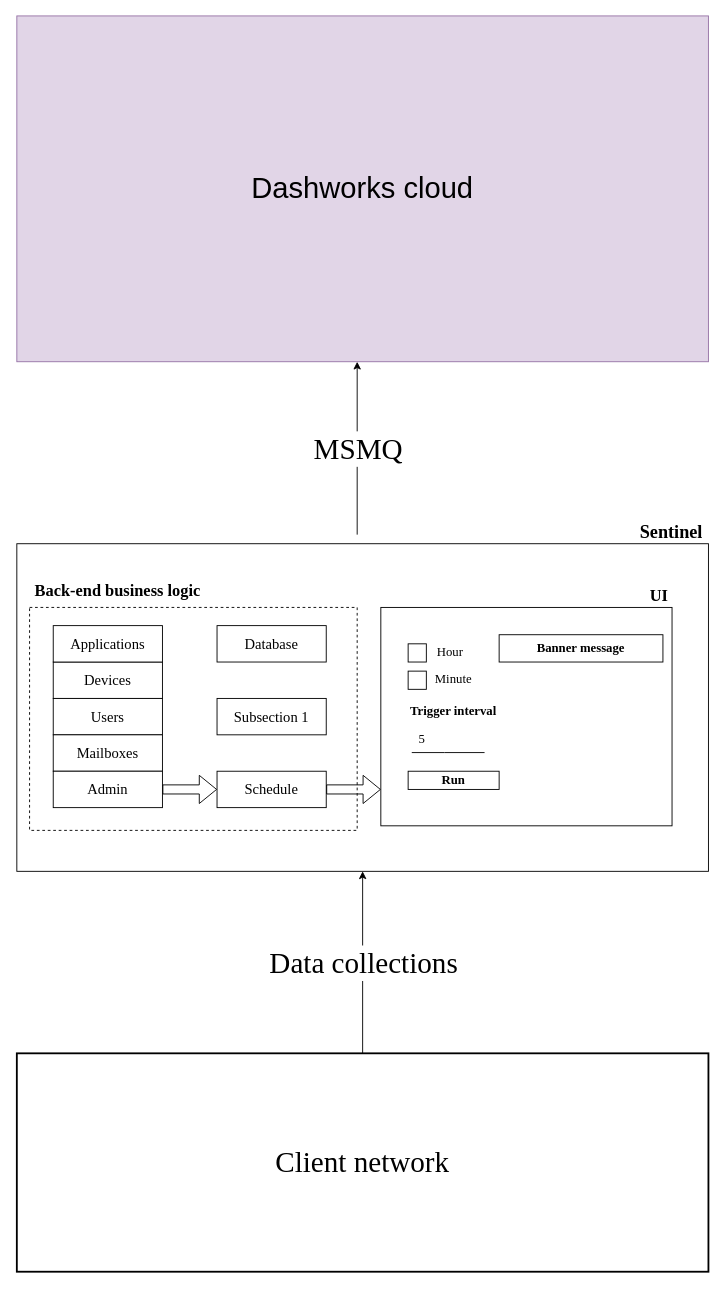
ValeryYuntsevich/ag-grid keeps this draw.io diagram as src/assets/Untitled Diagram.drawio. Above is the earlier version. Source tidied: cells renumbered, new cells numbered last; positions are measured from the earlier drawing's top-left corner, leaving out a move shared by most shapes. Both pictures are drawn from the tidied source at 91%, with x=0, y=0 at pixel (16, 15).
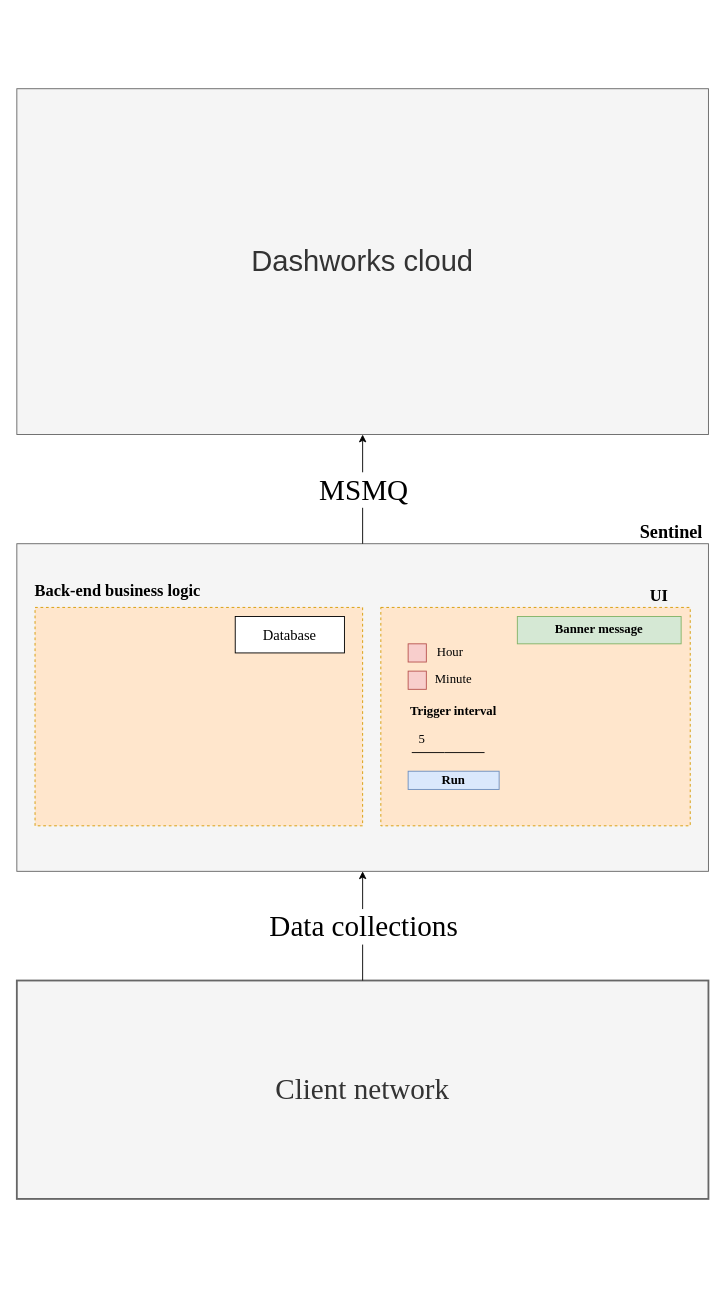
Above is the later version.

Change to the diagram source:
```diff
@@
-    <mxCell id="2" style="rounded=0;whiteSpace=wrap;html=1;" parent="1" vertex="1">
+    <mxCell id="2" style="rounded=0;whiteSpace=wrap;html=1;fillColor=#f5f5f5;fontColor=#333333;strokeColor=#666666;" parent="1" vertex="1">
       <mxGeometry y="580" width="760" height="360" as="geometry" />
     </mxCell>
@@
-    <mxCell id="5" style="rounded=0;whiteSpace=wrap;html=1;fontFamily=Times New Roman;fontSize=14;strokeWidth=1;" parent="1" vertex="1">
-      <mxGeometry x="400" y="650" width="320" height="240" as="geometry" />
+    <mxCell id="5" style="rounded=0;whiteSpace=wrap;html=1;fontFamily=Times New Roman;fontSize=14;strokeWidth=1;fillColor=#ffe6cc;strokeColor=#d79b00;dashed=1;" parent="1" vertex="1">
+      <mxGeometry x="400" y="650" width="340" height="240" as="geometry" />
     </mxCell>
@@
-    <mxCell id="10" style="whiteSpace=wrap;html=1;fontFamily=Times New Roman;fontSize=14;strokeWidth=1;" parent="1" vertex="1">
+    <mxCell id="10" style="whiteSpace=wrap;html=1;fontFamily=Times New Roman;fontSize=14;strokeWidth=1;fillColor=#f8cecc;strokeColor=#b85450;" parent="1" vertex="1">
       <mxGeometry x="430" y="690" width="20" height="20" as="geometry" />
     </mxCell>
-    <mxCell id="11" style="whiteSpace=wrap;html=1;fontFamily=Times New Roman;fontSize=14;strokeWidth=1;" parent="1" vertex="1">
+    <mxCell id="11" style="whiteSpace=wrap;html=1;fontFamily=Times New Roman;fontSize=14;strokeWidth=1;fillColor=#f8cecc;strokeColor=#b85450;" parent="1" vertex="1">
       <mxGeometry x="430" y="720" width="20" height="20" as="geometry" />
     </mxCell>
@@
-    <mxCell id="13" value="Run" style="rounded=0;whiteSpace=wrap;html=1;fontFamily=Times New Roman;fontSize=14;strokeWidth=1;fontStyle=1;" parent="1" vertex="1">
+    <mxCell id="13" value="Run" style="rounded=0;whiteSpace=wrap;html=1;fontFamily=Times New Roman;fontSize=14;strokeWidth=1;fontStyle=1;fillColor=#dae8fc;strokeColor=#6c8ebf;" parent="1" vertex="1">
       <mxGeometry x="430" y="830" width="100" height="20" as="geometry" />
     </mxCell>
-    <mxCell id="14" value="Banner message" style="rounded=0;whiteSpace=wrap;html=1;fontFamily=Times New Roman;fontSize=14;strokeWidth=1;fontStyle=1;" parent="1" vertex="1">
-      <mxGeometry x="530" y="680" width="180" height="30" as="geometry" />
+    <mxCell id="14" value="Banner message" style="rounded=0;whiteSpace=wrap;html=1;fontFamily=Times New Roman;fontSize=14;strokeWidth=1;fontStyle=1;fillColor=#d5e8d4;strokeColor=#82b366;" parent="1" vertex="1">
+      <mxGeometry x="550" y="660" width="180" height="30" as="geometry" />
     </mxCell>
@@
-    <mxCell id="18" style="rounded=0;whiteSpace=wrap;html=1;fontFamily=Times New Roman;fontSize=18;strokeWidth=1;dashed=1;" parent="1" vertex="1">
-      <mxGeometry x="14" y="650" width="360" height="245" as="geometry" />
+    <mxCell id="18" style="rounded=0;whiteSpace=wrap;html=1;fontFamily=Times New Roman;fontSize=18;strokeWidth=1;dashed=1;fillColor=#ffe6cc;strokeColor=#d79b00;" parent="1" vertex="1">
+      <mxGeometry x="20" y="650" width="360" height="240" as="geometry" />
     </mxCell>
-    <mxCell id="19" value="Devices" style="rounded=0;whiteSpace=wrap;html=1;fontFamily=Times New Roman;fontSize=16;" parent="1" vertex="1">
-      <mxGeometry x="40" y="710" width="120" height="40" as="geometry" />
-    </mxCell>
-    <mxCell id="20" value="Applications" style="rounded=0;whiteSpace=wrap;html=1;fontFamily=Times New Roman;fontSize=16;" parent="1" vertex="1">
-      <mxGeometry x="40" y="670" width="120" height="40" as="geometry" />
-    </mxCell>
-    <mxCell id="21" value="Users" style="rounded=0;whiteSpace=wrap;html=1;fontFamily=Times New Roman;fontSize=16;" parent="1" vertex="1">
-      <mxGeometry x="40" y="750" width="120" height="40" as="geometry" />
-    </mxCell>
-    <mxCell id="22" value="Mailboxes" style="rounded=0;whiteSpace=wrap;html=1;fontFamily=Times New Roman;fontSize=16;" parent="1" vertex="1">
-      <mxGeometry x="40" y="790" width="120" height="40" as="geometry" />
-    </mxCell>
-    <mxCell id="23" value="Admin" style="rounded=0;whiteSpace=wrap;html=1;fontFamily=Times New Roman;fontSize=16;" parent="1" vertex="1">
-      <mxGeometry x="40" y="830" width="120" height="40" as="geometry" />
-    </mxCell>
-    <mxCell id="24" value="Schedule" style="rounded=0;whiteSpace=wrap;html=1;fontFamily=Times New Roman;fontSize=16;" parent="1" vertex="1">
-      <mxGeometry x="220" y="830" width="120" height="40" as="geometry" />
-    </mxCell>
-    <mxCell id="25" value="Subsection 1" style="rounded=0;whiteSpace=wrap;html=1;fontFamily=Times New Roman;fontSize=16;" parent="1" vertex="1">
-      <mxGeometry x="220" y="750" width="120" height="40" as="geometry" />
-    </mxCell>
     <mxCell id="26" value="Database" style="rounded=0;whiteSpace=wrap;html=1;fontFamily=Times New Roman;fontSize=16;" parent="1" vertex="1">
-      <mxGeometry x="220" y="670" width="120" height="40" as="geometry" />
+      <mxGeometry x="240" y="660" width="120" height="40" as="geometry" />
     </mxCell>
-    <mxCell id="27" style="endArrow=classic;html=1;rounded=0;fontFamily=Times New Roman;fontSize=32;entryX=0.5;entryY=1;entryDx=0;entryDy=0;" parent="1" edge="1">
-      <mxGeometry relative="1" as="geometry">
-        <mxPoint x="374" y="570" as="sourcePoint" />
-        <mxPoint x="374" y="380" as="targetPoint" />
-      </mxGeometry>
+    <mxCell id="27" style="endArrow=classic;html=1;rounded=0;fontFamily=Times New Roman;fontSize=32;entryX=0.5;entryY=1;entryDx=0;entryDy=0;exitX=0.5;exitY=0;exitDx=0;exitDy=0;" parent="1" edge="1" source="2" target="34">
+      <mxGeometry relative="1" as="geometry" />
     </mxCell>
@@
-    <mxCell id="29" value="Client network" style="rounded=0;whiteSpace=wrap;html=1;fontFamily=Times New Roman;fontSize=32;strokeWidth=2;" parent="1" vertex="1">
-      <mxGeometry y="1140" width="760" height="240" as="geometry" />
+    <mxCell id="29" value="Client network" style="rounded=0;whiteSpace=wrap;html=1;fontFamily=Times New Roman;fontSize=32;strokeWidth=2;fillColor=#f5f5f5;fontColor=#333333;strokeColor=#666666;" parent="1" vertex="1">
+      <mxGeometry y="1060" width="760" height="240" as="geometry" />
     </mxCell>
@@
-    <mxCell id="32" style="shape=flexArrow;endArrow=classic;html=1;rounded=0;fontFamily=Times New Roman;fontSize=32;exitX=1;exitY=0.5;exitDx=0;exitDy=0;" parent="1" edge="1" source="23" target="24">
-      <mxGeometry relative="1" as="geometry" />
-    </mxCell>
-    <mxCell id="33" style="shape=flexArrow;endArrow=classic;html=1;rounded=0;fontFamily=Times New Roman;fontSize=32;exitX=1;exitY=0.5;exitDx=0;exitDy=0;" parent="1" edge="1">
-      <mxGeometry relative="1" as="geometry">
-        <mxPoint x="340" y="850" as="sourcePoint" />
-        <mxPoint x="400" y="850" as="targetPoint" />
-      </mxGeometry>
-    </mxCell>
-    <mxCell id="34" value="Dashworks cloud" style="rounded=0;whiteSpace=wrap;html=1;fontSize=32;fillColor=#e1d5e7;strokeColor=#9673a6;" parent="1" vertex="1">
-      <mxGeometry width="760" height="380" as="geometry" />
+    <mxCell id="34" value="Dashworks cloud" style="rounded=0;whiteSpace=wrap;html=1;fontSize=32;fillColor=#f5f5f5;fontColor=#333333;strokeColor=#666666;" parent="1" vertex="1">
+      <mxGeometry y="80" width="760" height="380" as="geometry" />
     </mxCell>
```
